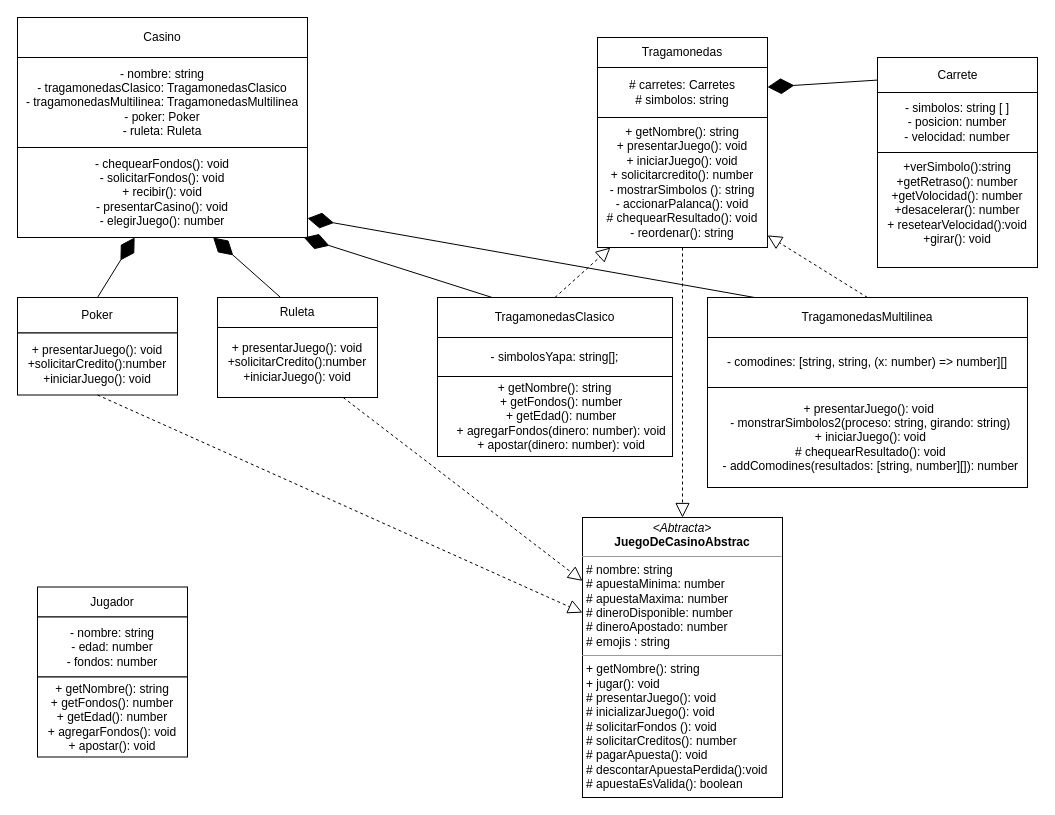
This is UML.drawio from elMarito/POO-Casino, a draw.io file, before an edit. Source tidied: cells renumbered, new cells numbered last; positions are measured from the earlier drawing's top-left corner, leaving out a move shared by most shapes. Both pictures are drawn from the tidied source at 100%, with x=0, y=0 at pixel (17, 17).
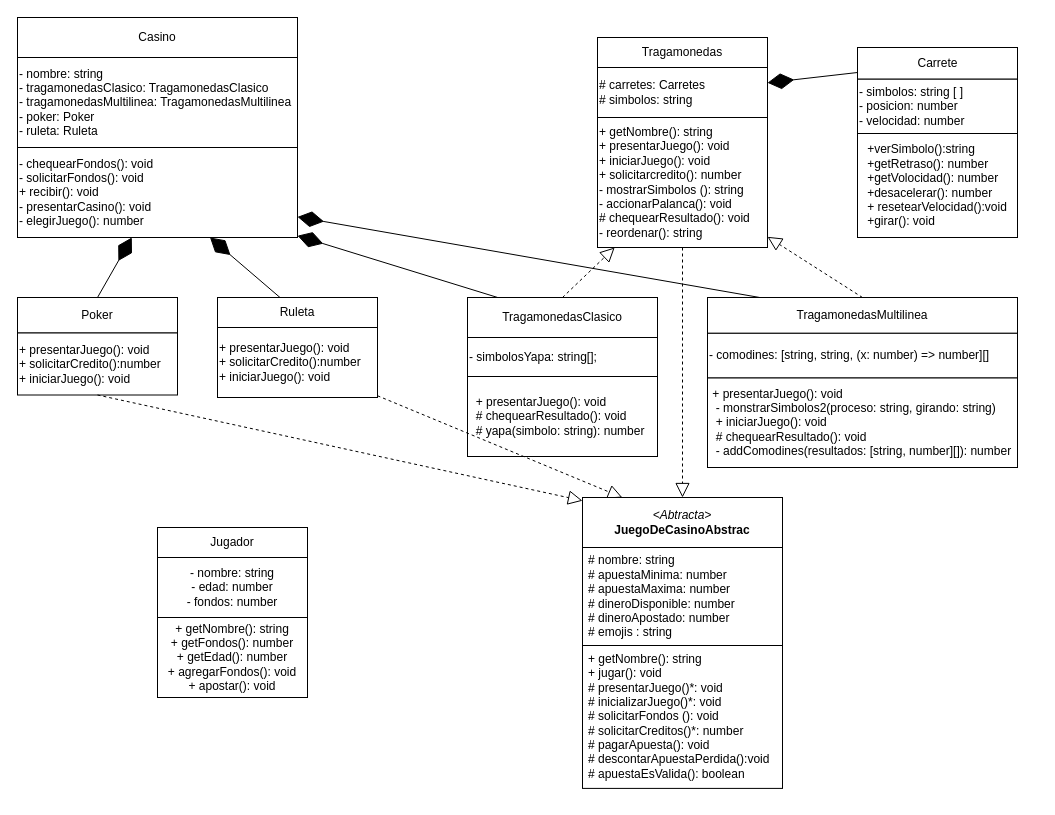
After the change.

Commit message (it also covers changes not shown here):
Correccion UML

The change refers to these unchanged cells:
```xml
<mxCell id="8" style="group;" parent="7" vertex="1">
  <mxGeometry width="160" height="100" as="geometry" />
</mxCell>
<mxCell id="11" style="group;" parent="1" vertex="1">
  <mxGeometry y="280" width="160" height="97.5" as="geometry" />
</mxCell>
<mxCell id="26" style="group;" parent="1" vertex="1">
  <mxGeometry x="580" y="20" width="170" height="210" as="geometry" />
</mxCell>
```

Diff of the diagram source:
```diff
@@
-    <mxCell id="2" value="&lt;p style=&quot;margin:0px;margin-top:4px;text-align:center;&quot;&gt;&lt;i&gt;&amp;lt;Abtracta&amp;gt;&lt;/i&gt;&lt;br&gt;&lt;b&gt;JuegoDeCasinoAbstrac&lt;/b&gt;&lt;/p&gt;&lt;hr size=&quot;1&quot;&gt;&lt;p style=&quot;margin:0px;margin-left:4px;&quot;&gt;# nombre: string&lt;/p&gt;&lt;p style=&quot;margin:0px;margin-left:4px;&quot;&gt;# apuestaMinima: number&lt;br&gt;# apuestaMaxima: number&lt;/p&gt;&lt;p style=&quot;margin:0px;margin-left:4px;&quot;&gt;# dineroDisponible: number&lt;/p&gt;&lt;p style=&quot;margin:0px;margin-left:4px;&quot;&gt;# dineroApostado: number&lt;/p&gt;&lt;p style=&quot;margin:0px;margin-left:4px;&quot;&gt;# emojis : string&lt;/p&gt;&lt;hr size=&quot;1&quot;&gt;&lt;p style=&quot;margin:0px;margin-left:4px;&quot;&gt;+ getNombre(): string&lt;/p&gt;&lt;p style=&quot;margin:0px;margin-left:4px;&quot;&gt;+ jugar(): void&lt;/p&gt;&lt;p style=&quot;margin:0px;margin-left:4px;&quot;&gt;# presentarJuego(): void&lt;/p&gt;&lt;p style=&quot;margin:0px;margin-left:4px;&quot;&gt;# inicializarJuego(): void&lt;/p&gt;&lt;p style=&quot;margin:0px;margin-left:4px;&quot;&gt;# solicitarFondos (): void&lt;/p&gt;&lt;p style=&quot;margin:0px;margin-left:4px;&quot;&gt;# solicitarCreditos(): number&lt;/p&gt;&lt;p style=&quot;margin:0px;margin-left:4px;&quot;&gt;# pagarApuesta(): void&lt;/p&gt;&lt;p style=&quot;margin:0px;margin-left:4px;&quot;&gt;# descontarApuestaPerdida():void&lt;/p&gt;&lt;p style=&quot;margin:0px;margin-left:4px;&quot;&gt;# apuestaEsValida(): boolean&lt;/p&gt;" style="verticalAlign=top;align=left;overflow=fill;fontSize=12;fontFamily=Helvetica;html=1;rounded=0;shadow=0;comic=0;labelBackgroundColor=none;strokeWidth=1;" parent="1" vertex="1">
-      <mxGeometry x="565" y="500" width="200" height="280" as="geometry" />
-    </mxCell>
-    <mxCell id="3" style="group;" parent="1" vertex="1">
-      <mxGeometry x="690" y="280" width="320" height="190" as="geometry" />
+    <mxCell id="3" style="group;fillColor=default;" parent="1" vertex="1">
+      <mxGeometry x="690" y="280" width="310" height="170" as="geometry" />
     </mxCell>
     <mxCell id="4" value="TragamonedasMultilinea" style="rounded=0;whiteSpace=wrap;html=1;" parent="3" vertex="1">
-      <mxGeometry width="320" height="40" as="geometry" />
+      <mxGeometry width="310" height="35.8" as="geometry" />
     </mxCell>
-    <mxCell id="5" value="- comodines: [string, string, (x: number) =&gt; number][]" style="whiteSpace=wrap;html=1;" parent="3" vertex="1">
-      <mxGeometry y="40" width="320" height="50" as="geometry" />
+    <mxCell id="5" value="- comodines: [string, string, (x: number) =&amp;gt; number][]" style="whiteSpace=wrap;html=1;align=left;" parent="3" vertex="1">
+      <mxGeometry y="35.8" width="310" height="44.7" as="geometry" />
     </mxCell>
-    <mxCell id="6" value="&lt;div&gt;&amp;nbsp;+ presentarJuego(): void&lt;/div&gt;&lt;div&gt;&amp;nbsp; - monstrarSimbolos2(proceso: string, girando: string)&lt;/div&gt;&lt;div&gt;&amp;nbsp; + iniciarJuego(): void&lt;/div&gt;&lt;div&gt;&amp;nbsp; # chequearResultado(): void&lt;/div&gt;&lt;div&gt;&amp;nbsp; - addComodines(resultados: [string, number][]): number&lt;/div&gt;" style="whiteSpace=wrap;html=1;" parent="3" vertex="1">
-      <mxGeometry y="90" width="320" height="100" as="geometry" />
+    <mxCell id="6" value="&lt;div&gt;&amp;nbsp;+ presentarJuego(): void&lt;/div&gt;&lt;div&gt;&amp;nbsp; - monstrarSimbolos2(proceso: string, girando: string)&lt;/div&gt;&lt;div&gt;&amp;nbsp; + iniciarJuego(): void&lt;/div&gt;&lt;div&gt;&amp;nbsp; # chequearResultado(): void&lt;/div&gt;&lt;div&gt;&amp;nbsp; - addComodines(resultados: [string, number][]): number&lt;/div&gt;" style="whiteSpace=wrap;html=1;align=left;" parent="3" vertex="1">
+      <mxGeometry y="80.5" width="310" height="89.5" as="geometry" />
     </mxCell>
@@
-    <mxCell id="10" value="+ presentarJuego(): void&lt;br&gt;+solicitarCredito():number&lt;br&gt;+iniciarJuego(): void" style="whiteSpace=wrap;html=1;" parent="8" vertex="1">
+    <mxCell id="10" value="+ presentarJuego(): void&lt;br&gt;+ solicitarCredito():number&lt;br&gt;+ iniciarJuego(): void" style="whiteSpace=wrap;html=1;align=left;" parent="8" vertex="1">
       <mxGeometry y="30" width="160" height="70" as="geometry" />
     </mxCell>
@@
-    <mxCell id="13" value="+ presentarJuego(): void&lt;br&gt;+solicitarCredito():number&lt;br&gt;+iniciarJuego(): void" style="whiteSpace=wrap;html=1;" parent="11" vertex="1">
+    <mxCell id="13" value="+ presentarJuego(): void&lt;br&gt;+ solicitarCredito():number&lt;br&gt;+ iniciarJuego(): void" style="whiteSpace=wrap;html=1;align=left;" parent="11" vertex="1">
       <mxGeometry y="35.5" width="160" height="62" as="geometry" />
     </mxCell>
-    <mxCell id="14" style="group;" parent="1" vertex="1">
-      <mxGeometry x="420" y="280" width="235" height="159" as="geometry" />
+    <mxCell id="14" style="group;fillColor=default;" parent="1" vertex="1">
+      <mxGeometry x="450" y="280" width="190" height="159" as="geometry" />
     </mxCell>
     <mxCell id="15" value="TragamonedasClasico" style="rounded=0;whiteSpace=wrap;html=1;" parent="14" vertex="1">
-      <mxGeometry width="235" height="40" as="geometry" />
+      <mxGeometry width="190" height="40" as="geometry" />
     </mxCell>
-    <mxCell id="16" value="- simbolosYapa: string[];" style="whiteSpace=wrap;html=1;" parent="14" vertex="1">
-      <mxGeometry y="40" width="235" height="39" as="geometry" />
+    <mxCell id="16" value="- simbolosYapa: string[];" style="whiteSpace=wrap;html=1;align=left;" parent="14" vertex="1">
+      <mxGeometry y="40" width="190" height="39" as="geometry" />
     </mxCell>
-    <mxCell id="17" value="&lt;div&gt;+ getNombre(): string&lt;/div&gt;&lt;div&gt;&amp;nbsp; &amp;nbsp; + getFondos(): number&lt;/div&gt;&lt;div&gt;&amp;nbsp; &amp;nbsp; + getEdad(): number&lt;/div&gt;&lt;div&gt;&amp;nbsp; &amp;nbsp; + agregarFondos(dinero: number): void&lt;/div&gt;&lt;div&gt;&amp;nbsp; &amp;nbsp; + apostar(dinero: number): void&lt;/div&gt;" style="rounded=0;whiteSpace=wrap;html=1;" parent="14" vertex="1">
-      <mxGeometry y="79" width="235" height="80" as="geometry" />
+    <mxCell id="17" value="&lt;div&gt;&amp;nbsp; + presentarJuego(): void&amp;nbsp;&lt;/div&gt;&lt;div&gt;&amp;nbsp; # chequearResultado(): void&lt;/div&gt;&lt;div&gt;&amp;nbsp; # yapa(simbolo: string): number&lt;/div&gt;" style="rounded=0;whiteSpace=wrap;html=1;align=left;" parent="14" vertex="1">
+      <mxGeometry y="79" width="190" height="80" as="geometry" />
     </mxCell>
     <mxCell id="18" style="group;" parent="1" vertex="1">
-      <mxGeometry x="860" y="40" width="160" height="210" as="geometry" />
+      <mxGeometry x="840" y="30" width="160" height="190" as="geometry" />
     </mxCell>
     <mxCell id="19" value="Carrete" style="html=1;" parent="18" vertex="1">
-      <mxGeometry width="160" height="35" as="geometry" />
+      <mxGeometry width="160" height="31.7" as="geometry" />
     </mxCell>
-    <mxCell id="20" value="+verSimbolo():string&lt;br&gt;+getRetraso(): number&lt;br&gt;+getVolocidad(): number&lt;br&gt;+desacelerar(): number&lt;br&gt;+ resetearVelocidad():void&lt;br&gt;+girar(): void&lt;br&gt;&lt;br&gt;&lt;div style=&quot;text-align: justify;&quot;&gt;&lt;/div&gt;" style="rounded=0;whiteSpace=wrap;html=1;" parent="18" vertex="1">
-      <mxGeometry y="95" width="160" height="115" as="geometry" />
+    <mxCell id="20" value="&lt;div style=&quot;text-align: left;&quot;&gt;&lt;span style=&quot;background-color: initial;&quot;&gt;+verSimbolo():string&lt;/span&gt;&lt;/div&gt;&lt;div style=&quot;text-align: left;&quot;&gt;&lt;span style=&quot;background-color: initial;&quot;&gt;+getRetraso(): number&lt;/span&gt;&lt;/div&gt;&lt;div style=&quot;text-align: left;&quot;&gt;&lt;span style=&quot;background-color: initial;&quot;&gt;+getVolocidad(): number&lt;/span&gt;&lt;/div&gt;&lt;div style=&quot;text-align: left;&quot;&gt;&lt;span style=&quot;background-color: initial;&quot;&gt;+desacelerar(): number&lt;/span&gt;&lt;/div&gt;&lt;div style=&quot;text-align: left;&quot;&gt;&lt;span style=&quot;background-color: initial;&quot;&gt;+ resetearVelocidad():void&lt;/span&gt;&lt;/div&gt;&lt;div style=&quot;text-align: left;&quot;&gt;&lt;span style=&quot;background-color: initial;&quot;&gt;+girar(): void&lt;/span&gt;&lt;/div&gt;&lt;div style=&quot;text-align: justify;&quot;&gt;&lt;/div&gt;" style="rounded=0;whiteSpace=wrap;html=1;" parent="18" vertex="1">
+      <mxGeometry y="86" width="160" height="104" as="geometry" />
     </mxCell>
-    <mxCell id="21" value="- simbolos: string [ ]&lt;br&gt;- posicion: number&lt;br&gt;- velocidad: number" style="rounded=0;whiteSpace=wrap;html=1;" parent="18" vertex="1">
-      <mxGeometry y="35" width="160" height="60" as="geometry" />
+    <mxCell id="21" value="- simbolos: string [ ]&lt;br&gt;- posicion: number&lt;br&gt;- velocidad: number" style="rounded=0;whiteSpace=wrap;html=1;align=left;" parent="18" vertex="1">
+      <mxGeometry y="31.7" width="160" height="54.3" as="geometry" />
     </mxCell>
     <mxCell id="22" style="group;" parent="1" vertex="1">
-      <mxGeometry width="290" height="220" as="geometry" />
+      <mxGeometry width="280" height="220" as="geometry" />
     </mxCell>
     <mxCell id="23" value="Casino" style="rounded=0;whiteSpace=wrap;html=1;" parent="22" vertex="1">
-      <mxGeometry width="290" height="40" as="geometry" />
+      <mxGeometry width="280" height="40" as="geometry" />
     </mxCell>
-    <mxCell id="24" value="&lt;span style=&quot;text-align: left;&quot;&gt;- nombre: string&lt;/span&gt;&lt;br style=&quot;text-align: left;&quot;&gt;&lt;span style=&quot;text-align: left;&quot;&gt;- tragamonedasClasico: TragamonedasClasico&lt;/span&gt;&lt;br style=&quot;text-align: left;&quot;&gt;&lt;span style=&quot;text-align: left;&quot;&gt;- tragamonedasMultilinea: TragamonedasMultilinea&lt;/span&gt;&lt;br style=&quot;text-align: left;&quot;&gt;&lt;span style=&quot;text-align: left;&quot;&gt;- poker: Poker&lt;/span&gt;&lt;br style=&quot;text-align: left;&quot;&gt;&lt;span style=&quot;text-align: left;&quot;&gt;- ruleta: Ruleta&lt;/span&gt;" style="whiteSpace=wrap;html=1;" parent="22" vertex="1">
-      <mxGeometry y="40" width="290" height="90" as="geometry" />
+    <mxCell id="24" value="&lt;span style=&quot;&quot;&gt;- nombre: string&lt;/span&gt;&lt;br style=&quot;&quot;&gt;&lt;span style=&quot;&quot;&gt;- tragamonedasClasico: TragamonedasClasico&lt;/span&gt;&lt;br style=&quot;&quot;&gt;&lt;span style=&quot;&quot;&gt;- tragamonedasMultilinea: TragamonedasMultilinea&lt;/span&gt;&lt;br style=&quot;&quot;&gt;&lt;span style=&quot;&quot;&gt;- poker: Poker&lt;/span&gt;&lt;br style=&quot;&quot;&gt;&lt;span style=&quot;&quot;&gt;- ruleta: Ruleta&lt;/span&gt;" style="whiteSpace=wrap;html=1;align=left;" parent="22" vertex="1">
+      <mxGeometry y="40" width="280" height="90" as="geometry" />
     </mxCell>
-    <mxCell id="25" value="&lt;span style=&quot;text-align: left;&quot;&gt;- chequearFondos(): void&lt;/span&gt;&lt;br style=&quot;text-align: left;&quot;&gt;&lt;span style=&quot;text-align: left;&quot;&gt;- solicitarFondos(): void&lt;/span&gt;&lt;br style=&quot;text-align: left;&quot;&gt;&lt;span style=&quot;text-align: left;&quot;&gt;+ recibir(): void&lt;/span&gt;&lt;br style=&quot;text-align: left;&quot;&gt;&lt;span style=&quot;text-align: left;&quot;&gt;- presentarCasino(): void&lt;/span&gt;&lt;br style=&quot;text-align: left;&quot;&gt;&lt;span style=&quot;text-align: left;&quot;&gt;- elegirJuego(): number&lt;/span&gt;" style="whiteSpace=wrap;html=1;" parent="22" vertex="1">
-      <mxGeometry y="130" width="290" height="90" as="geometry" />
+    <mxCell id="25" value="&lt;span style=&quot;&quot;&gt;- chequearFondos(): void&lt;/span&gt;&lt;br style=&quot;&quot;&gt;&lt;span style=&quot;&quot;&gt;- solicitarFondos(): void&lt;/span&gt;&lt;br style=&quot;&quot;&gt;&lt;span style=&quot;&quot;&gt;+ recibir(): void&lt;/span&gt;&lt;br style=&quot;&quot;&gt;&lt;span style=&quot;&quot;&gt;- presentarCasino(): void&lt;/span&gt;&lt;br style=&quot;&quot;&gt;&lt;span style=&quot;&quot;&gt;- elegirJuego(): number&lt;/span&gt;" style="whiteSpace=wrap;html=1;align=left;" parent="22" vertex="1">
+      <mxGeometry y="130" width="280" height="90" as="geometry" />
     </mxCell>
@@
-    <mxCell id="28" value="&lt;span style=&quot;text-align: left;&quot;&gt;# carretes: Carretes&lt;/span&gt;&lt;br style=&quot;text-align: left;&quot;&gt;&lt;span style=&quot;text-align: left;&quot;&gt;# simbolos: string&lt;/span&gt;" style="whiteSpace=wrap;html=1;" parent="26" vertex="1">
+    <mxCell id="28" value="&lt;span style=&quot;&quot;&gt;# carretes: Carretes&lt;/span&gt;&lt;br style=&quot;&quot;&gt;&lt;span style=&quot;&quot;&gt;# simbolos: string&lt;/span&gt;" style="whiteSpace=wrap;html=1;align=left;" parent="26" vertex="1">
       <mxGeometry y="30" width="170" height="50" as="geometry" />
     </mxCell>
-    <mxCell id="29" value="&lt;span style=&quot;text-align: left;&quot;&gt;+ getNombre(): string&lt;/span&gt;&lt;br style=&quot;text-align: left;&quot;&gt;&lt;span style=&quot;text-align: left;&quot;&gt;+ presentarJuego(): void&lt;/span&gt;&lt;br style=&quot;text-align: left;&quot;&gt;&lt;span style=&quot;text-align: left;&quot;&gt;+ iniciarJuego(): void&lt;/span&gt;&lt;br style=&quot;text-align: left;&quot;&gt;&lt;span style=&quot;text-align: left;&quot;&gt;+ solicitarcredito(): number&lt;/span&gt;&lt;br style=&quot;text-align: left;&quot;&gt;&lt;span style=&quot;text-align: left;&quot;&gt;- mostrarSimbolos (): string&lt;/span&gt;&lt;br style=&quot;text-align: left;&quot;&gt;&lt;span style=&quot;text-align: left;&quot;&gt;- accionarPalanca(): void&lt;/span&gt;&lt;br style=&quot;text-align: left;&quot;&gt;&lt;span style=&quot;text-align: left;&quot;&gt;# chequearResultado(): void&lt;/span&gt;&lt;br style=&quot;text-align: left;&quot;&gt;&lt;span style=&quot;text-align: left;&quot;&gt;- reordenar(): string&lt;/span&gt;" style="whiteSpace=wrap;html=1;" parent="26" vertex="1">
+    <mxCell id="29" value="&lt;span style=&quot;&quot;&gt;+ getNombre(): string&lt;/span&gt;&lt;br style=&quot;&quot;&gt;&lt;span style=&quot;&quot;&gt;+ presentarJuego(): void&lt;/span&gt;&lt;br style=&quot;&quot;&gt;&lt;span style=&quot;&quot;&gt;+ iniciarJuego(): void&lt;/span&gt;&lt;br style=&quot;&quot;&gt;&lt;span style=&quot;&quot;&gt;+ solicitarcredito(): number&lt;/span&gt;&lt;br style=&quot;&quot;&gt;&lt;span style=&quot;&quot;&gt;- mostrarSimbolos (): string&lt;/span&gt;&lt;br style=&quot;&quot;&gt;&lt;span style=&quot;&quot;&gt;- accionarPalanca(): void&lt;/span&gt;&lt;br style=&quot;&quot;&gt;&lt;span style=&quot;&quot;&gt;# chequearResultado(): void&lt;/span&gt;&lt;br style=&quot;&quot;&gt;&lt;span style=&quot;&quot;&gt;- reordenar(): string&lt;/span&gt;" style="whiteSpace=wrap;html=1;align=left;" parent="26" vertex="1">
       <mxGeometry y="80" width="170" height="130" as="geometry" />
     </mxCell>
     <mxCell id="30" style="group;" parent="1" vertex="1">
-      <mxGeometry x="20" y="569.5" width="150" height="170" as="geometry" />
+      <mxGeometry x="140" y="510" width="150" height="170" as="geometry" />
     </mxCell>
@@
-    <mxCell id="37" style="endArrow=block;dashed=1;endFill=0;endSize=12;html=1;" parent="1" edge="1" source="29" target="2">
+    <mxCell id="37" style="endArrow=block;dashed=1;endFill=0;endSize=12;html=1;" parent="1" edge="1" source="29" target="45">
       <mxGeometry relative="1" as="geometry" />
     </mxCell>
@@
-    <mxCell id="42" style="endArrow=block;dashed=1;endFill=0;endSize=12;html=1;" parent="1" edge="1" source="10" target="2">
+    <mxCell id="42" style="endArrow=block;dashed=1;endFill=0;endSize=12;html=1;" parent="1" edge="1" source="10" target="45">
       <mxGeometry relative="1" as="geometry" />
     </mxCell>
-    <mxCell id="43" style="endArrow=block;dashed=1;endFill=0;endSize=12;html=1;exitX=0.5;exitY=1;exitDx=0;exitDy=0;" parent="1" edge="1" source="13" target="2">
+    <mxCell id="43" style="endArrow=block;dashed=1;endFill=0;endSize=12;html=1;exitX=0.5;exitY=1;exitDx=0;exitDy=0;" parent="1" edge="1" source="13" target="45">
       <mxGeometry relative="1" as="geometry" />
     </mxCell>
+    <mxCell id="44" style="group;" parent="1" vertex="1">
+      <mxGeometry x="565" y="480" width="200" height="300" as="geometry" />
+    </mxCell>
+    <mxCell id="45" value="&lt;i style=&quot;&quot;&gt;&amp;lt;Abtracta&amp;gt;&lt;/i&gt;&lt;br style=&quot;&quot;&gt;&lt;b style=&quot;&quot;&gt;JuegoDeCasinoAbstrac&lt;/b&gt;" style="rounded=0;whiteSpace=wrap;html=1;" parent="44" vertex="1">
+      <mxGeometry width="200" height="50" as="geometry" />
+    </mxCell>
+    <mxCell id="46" style="edgeStyle=none;html=1;exitX=0.5;exitY=0;exitDx=0;exitDy=0;" parent="44" edge="1" source="47" target="45">
+      <mxGeometry relative="1" as="geometry" />
+    </mxCell>
+    <mxCell id="47" value="&lt;p style=&quot;margin: 0px 0px 0px 4px;&quot;&gt;# nombre: string&lt;/p&gt;&lt;p style=&quot;margin: 0px 0px 0px 4px;&quot;&gt;# apuestaMinima: number&lt;br&gt;# apuestaMaxima: number&lt;/p&gt;&lt;p style=&quot;margin: 0px 0px 0px 4px;&quot;&gt;# dineroDisponible: number&lt;/p&gt;&lt;p style=&quot;margin: 0px 0px 0px 4px;&quot;&gt;# dineroApostado: number&lt;/p&gt;&lt;p style=&quot;margin: 0px 0px 0px 4px;&quot;&gt;# emojis : string&lt;/p&gt;" style="whiteSpace=wrap;html=1;align=left;" parent="44" vertex="1">
+      <mxGeometry y="50" width="200" height="98" as="geometry" />
+    </mxCell>
+    <mxCell id="48" value="&lt;p style=&quot;margin: 0px 0px 0px 4px;&quot;&gt;+ getNombre(): string&lt;/p&gt;&lt;p style=&quot;margin: 0px 0px 0px 4px;&quot;&gt;+ jugar(): void&lt;/p&gt;&lt;p style=&quot;margin: 0px 0px 0px 4px;&quot;&gt;# presentarJuego()*: void&lt;/p&gt;&lt;p style=&quot;margin: 0px 0px 0px 4px;&quot;&gt;# inicializarJuego()*: void&lt;/p&gt;&lt;p style=&quot;margin: 0px 0px 0px 4px;&quot;&gt;# solicitarFondos (): void&lt;/p&gt;&lt;p style=&quot;margin: 0px 0px 0px 4px;&quot;&gt;# solicitarCreditos()*: number&lt;/p&gt;&lt;p style=&quot;margin: 0px 0px 0px 4px;&quot;&gt;# pagarApuesta(): void&lt;/p&gt;&lt;p style=&quot;margin: 0px 0px 0px 4px;&quot;&gt;# descontarApuestaPerdida():void&lt;/p&gt;&lt;p style=&quot;margin: 0px 0px 0px 4px;&quot;&gt;# apuestaEsValida(): boolean&lt;/p&gt;" style="rounded=0;whiteSpace=wrap;html=1;align=left;" parent="44" vertex="1">
+      <mxGeometry y="148" width="200" height="142.9" as="geometry" />
+    </mxCell>
```
